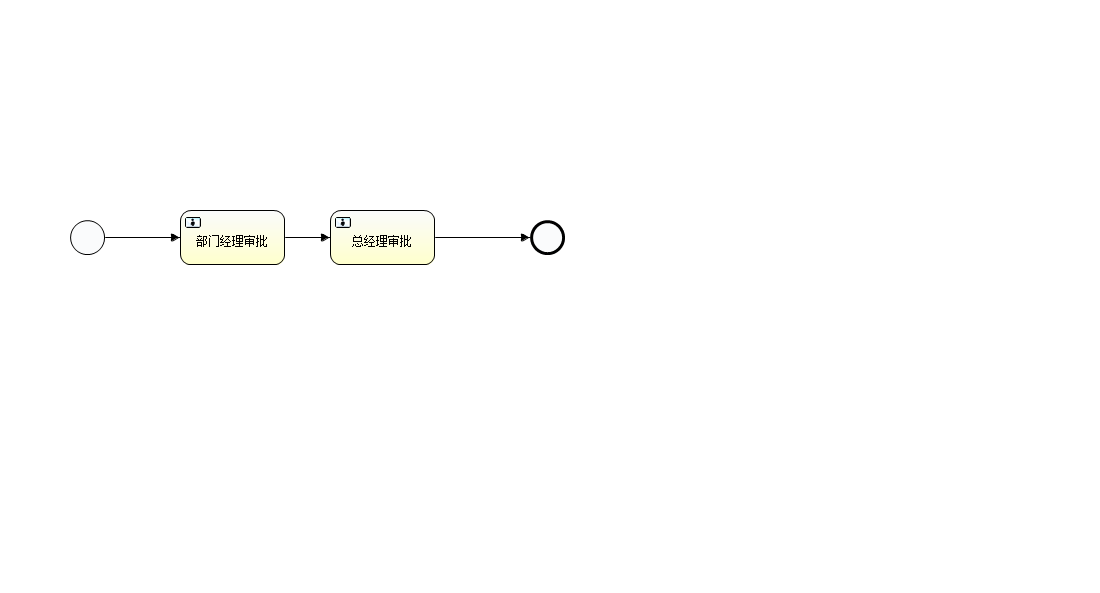
The BPMN diagram src/main/resources/processes/test.png in Baifujun/activiti, before a commit. Its source is kept beside it as src/main/resources/processes/test.bpmn. Ids are renumbered.
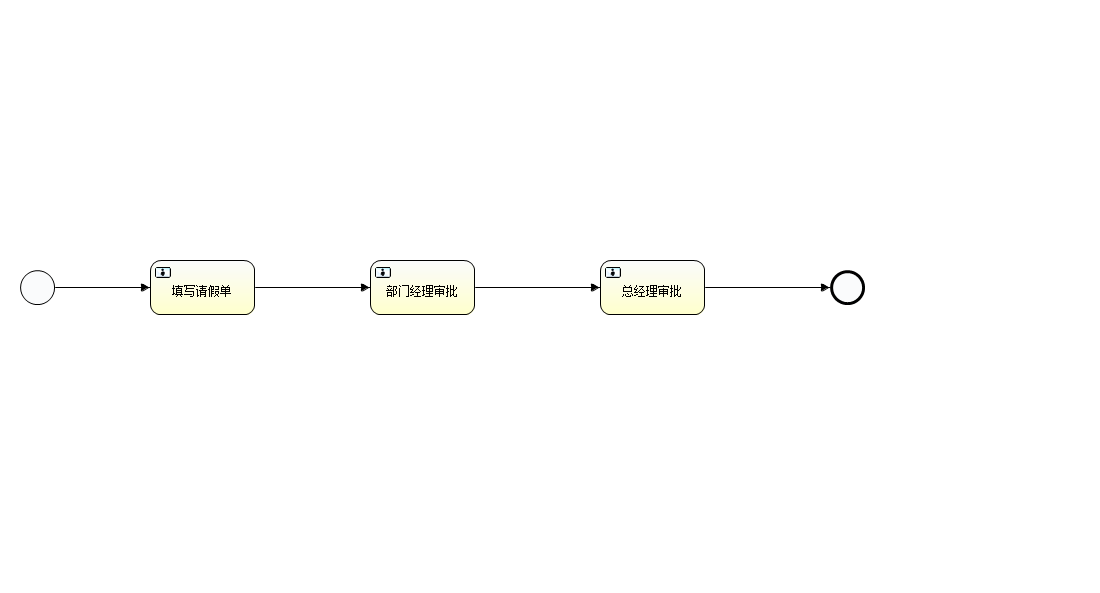
Above is the later version.

Change to the diagram source:
```diff
@@ -1,59 +1,47 @@
-<definitions xmlns="http://www.omg.org/spec/BPMN/20100524/MODEL" xmlns:activiti="http://activiti.org/bpmn" xmlns:bpmndi="http://www.omg.org/spec/BPMN/20100524/DI" xmlns:omgdc="http://www.omg.org/spec/DD/20100524/DC" xmlns:omgdi="http://www.omg.org/spec/DD/20100524/DI" xmlns:tns="http://www.activiti.org/test" xmlns:xsd="http://www.w3.org/2001/XMLSchema" xmlns:xsi="http://www.w3.org/2001/XMLSchema-instance" expressionLanguage="http://www.w3.org/1999/XPath" id="m1612166598230" name="" targetNamespace="http://www.activiti.org/test" typeLanguage="http://www.w3.org/2001/XMLSchema">
-  <process id="myProcess" isClosed="false" isExecutable="true" name="My process" processType="None">
-    <startEvent id="startevent1" name="开始"/>
-    <userTask activiti:candidateGroups="GROUP_activitiTeam" activiti:exclusive="true" id="usertask1" name="部门经理审批"/>
-    <userTask activiti:candidateGroups="GROUP_otherTeam" activiti:exclusive="true" id="usertask2" name="总经理审批"/>
-    <sequenceFlow id="flow2" sourceRef="usertask1" targetRef="usertask2"/>
-    <endEvent id="endevent1" name="结束"/>
-    <sequenceFlow id="flow3" sourceRef="usertask2" targetRef="endevent1"/>
-    <sequenceFlow id="flow1" sourceRef="startevent1" targetRef="usertask1"/>
+<definitions xmlns="http://www.omg.org/spec/BPMN/20100524/MODEL" xmlns:xsi="http://www.w3.org/2001/XMLSchema-instance" xmlns:xsd="http://www.w3.org/2001/XMLSchema" xmlns:activiti="http://activiti.org/bpmn" xmlns:bpmndi="http://www.omg.org/spec/BPMN/20100524/DI" xmlns:omgdc="http://www.omg.org/spec/DD/20100524/DC" xmlns:omgdi="http://www.omg.org/spec/DD/20100524/DI" typeLanguage="http://www.w3.org/2001/XMLSchema" expressionLanguage="http://www.w3.org/1999/XPath" targetNamespace="http://www.activiti.org/test">
+  <process id="myProcess" name="My process" isExecutable="true">
+    <startEvent id="startevent1" name="开始"></startEvent>
+    <userTask id="usertask1" name="填写请假单" activiti:candidateGroups="GROUP_activitiTeam"></userTask>
+    <userTask id="usertask2" name="部门经理审批" activiti:candidateGroups="GROUP_otherTeam"></userTask>
+    <userTask id="usertask3" name="总经理审批" activiti:candidateGroups="GROUP_activitiTeam"></userTask>
+    <endEvent id="endevent1" name="结束"></endEvent>
+    <sequenceFlow id="flow1" sourceRef="startevent1" targetRef="usertask1"></sequenceFlow>
+    <sequenceFlow id="flow2" sourceRef="usertask1" targetRef="usertask2"></sequenceFlow>
+    <sequenceFlow id="flow3" sourceRef="usertask2" targetRef="usertask3"></sequenceFlow>
+    <sequenceFlow id="flow4" sourceRef="usertask3" targetRef="endevent1"></sequenceFlow>
   </process>
-  <bpmndi:BPMNDiagram documentation="background=#3C3F41;count=1;horizontalcount=1;orientation=0;width=842.4;height=1195.2;imageableWidth=832.4;imageableHeight=1185.2;imageableX=5.0;imageableY=5.0" id="Diagram-_1" name="New Diagram">
-    <bpmndi:BPMNPlane bpmnElement="myProcess">
-      <bpmndi:BPMNShape bpmnElement="startevent1" id="Shape-startevent1">
-        <omgdc:Bounds height="32.0" width="32.0" x="70.0" y="220.0"/>
-        <bpmndi:BPMNLabel>
-          <omgdc:Bounds height="32.0" width="32.0" x="0.0" y="0.0"/>
-        </bpmndi:BPMNLabel>
+  <bpmndi:BPMNDiagram id="BPMNDiagram_myProcess">
+    <bpmndi:BPMNPlane bpmnElement="myProcess" id="BPMNPlane_myProcess">
+      <bpmndi:BPMNShape bpmnElement="startevent1" id="BPMNShape_startevent1">
+        <omgdc:Bounds height="35.0" width="35.0" x="20.0" y="270.0"></omgdc:Bounds>
       </bpmndi:BPMNShape>
-      <bpmndi:BPMNShape bpmnElement="usertask1" id="Shape-usertask1">
-        <omgdc:Bounds height="55.0" width="105.0" x="180.0" y="210.0"/>
-        <bpmndi:BPMNLabel>
-          <omgdc:Bounds height="55.0" width="105.0" x="0.0" y="0.0"/>
-        </bpmndi:BPMNLabel>
+      <bpmndi:BPMNShape bpmnElement="usertask1" id="BPMNShape_usertask1">
+        <omgdc:Bounds height="55.0" width="105.0" x="150.0" y="260.0"></omgdc:Bounds>
       </bpmndi:BPMNShape>
-      <bpmndi:BPMNShape bpmnElement="usertask2" id="Shape-usertask2">
-        <omgdc:Bounds height="55.0" width="105.0" x="330.0" y="210.0"/>
-        <bpmndi:BPMNLabel>
-          <omgdc:Bounds height="55.0" width="105.0" x="0.0" y="0.0"/>
-        </bpmndi:BPMNLabel>
+      <bpmndi:BPMNShape bpmnElement="usertask2" id="BPMNShape_usertask2">
+        <omgdc:Bounds height="55.0" width="105.0" x="370.0" y="260.0"></omgdc:Bounds>
       </bpmndi:BPMNShape>
-      <bpmndi:BPMNShape bpmnElement="endevent1" id="Shape-endevent1">
-        <omgdc:Bounds height="32.0" width="32.0" x="530.0" y="220.0"/>
-        <bpmndi:BPMNLabel>
-          <omgdc:Bounds height="32.0" width="32.0" x="0.0" y="0.0"/>
-        </bpmndi:BPMNLabel>
+      <bpmndi:BPMNShape bpmnElement="usertask3" id="BPMNShape_usertask3">
+        <omgdc:Bounds height="55.0" width="105.0" x="600.0" y="260.0"></omgdc:Bounds>
       </bpmndi:BPMNShape>
-      <bpmndi:BPMNEdge bpmnElement="flow1" id="BPMNEdge_flow1" sourceElement="startevent1" targetElement="usertask1">
-        <omgdi:waypoint x="102.0" y="236.0"/>
-        <omgdi:waypoint x="180.0" y="237.5"/>
-        <bpmndi:BPMNLabel>
-          <omgdc:Bounds height="-1.0" width="-1.0" x="-1.0" y="-1.0"/>
-        </bpmndi:BPMNLabel>
+      <bpmndi:BPMNShape bpmnElement="endevent1" id="BPMNShape_endevent1">
+        <omgdc:Bounds height="35.0" width="35.0" x="830.0" y="270.0"></omgdc:Bounds>
+      </bpmndi:BPMNShape>
+      <bpmndi:BPMNEdge bpmnElement="flow1" id="BPMNEdge_flow1">
+        <omgdi:waypoint x="55.0" y="287.0"></omgdi:waypoint>
+        <omgdi:waypoint x="150.0" y="287.0"></omgdi:waypoint>
       </bpmndi:BPMNEdge>
-      <bpmndi:BPMNEdge bpmnElement="flow2" id="BPMNEdge_flow2" sourceElement="usertask1" targetElement="usertask2">
-        <omgdi:waypoint x="285.0" y="237.5"/>
-        <omgdi:waypoint x="330.0" y="237.5"/>
-        <bpmndi:BPMNLabel>
-          <omgdc:Bounds height="-1.0" width="-1.0" x="-1.0" y="-1.0"/>
-        </bpmndi:BPMNLabel>
+      <bpmndi:BPMNEdge bpmnElement="flow2" id="BPMNEdge_flow2">
+        <omgdi:waypoint x="255.0" y="287.0"></omgdi:waypoint>
+        <omgdi:waypoint x="370.0" y="287.0"></omgdi:waypoint>
       </bpmndi:BPMNEdge>
-      <bpmndi:BPMNEdge bpmnElement="flow3" id="BPMNEdge_flow3" sourceElement="usertask2" targetElement="endevent1">
-        <omgdi:waypoint x="435.0" y="237.5"/>
-        <omgdi:waypoint x="530.0" y="236.0"/>
-        <bpmndi:BPMNLabel>
-          <omgdc:Bounds height="-1.0" width="-1.0" x="-1.0" y="-1.0"/>
-        </bpmndi:BPMNLabel>
+      <bpmndi:BPMNEdge bpmnElement="flow3" id="BPMNEdge_flow3">
+        <omgdi:waypoint x="475.0" y="287.0"></omgdi:waypoint>
+        <omgdi:waypoint x="600.0" y="287.0"></omgdi:waypoint>
+      </bpmndi:BPMNEdge>
+      <bpmndi:BPMNEdge bpmnElement="flow4" id="BPMNEdge_flow4">
+        <omgdi:waypoint x="705.0" y="287.0"></omgdi:waypoint>
+        <omgdi:waypoint x="830.0" y="287.0"></omgdi:waypoint>
       </bpmndi:BPMNEdge>
     </bpmndi:BPMNPlane>
   </bpmndi:BPMNDiagram>
```
